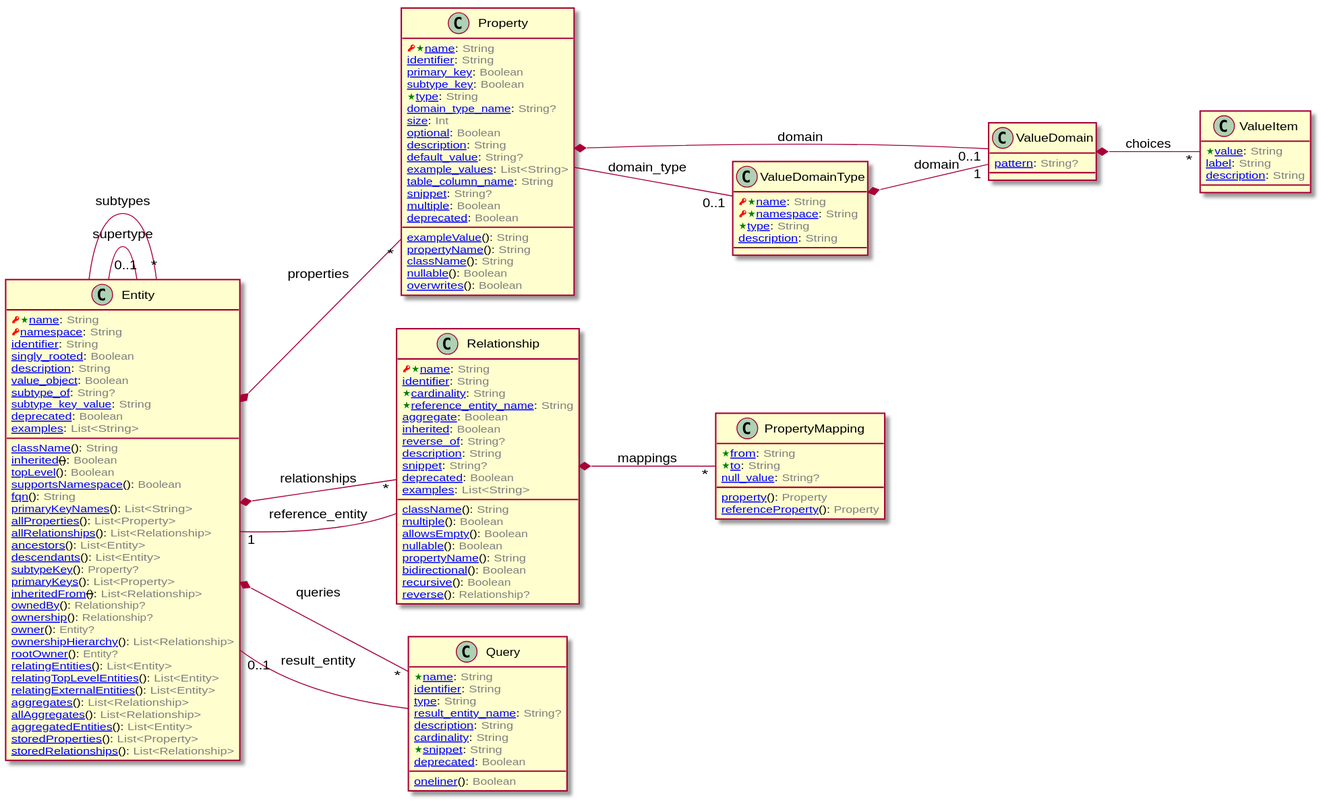
This is doc/image/model-diagram.svg from laplacian-core/metamodel, a PlantUML export, as it was before one commit.
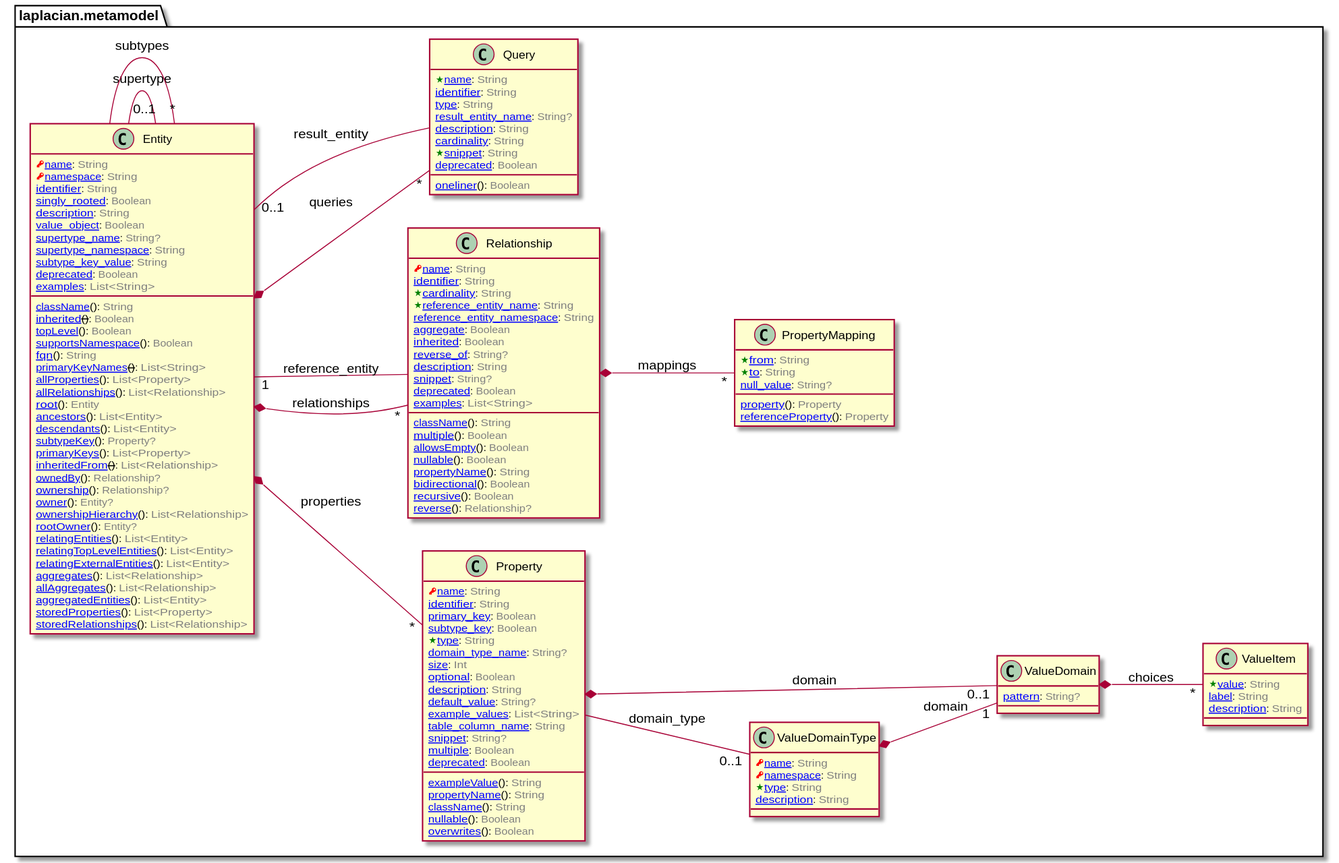
The same file after the commit.

Diff of the diagram source:
```diff
@@ -1,26 +1,27 @@
 @startuml
 left to right direction
 
-
-class Entity [[/blob/master/doc/entities/Entity.md]] {
-  <color:RED><&key></color><color:Green><&star></color>[[/blob/master/doc/entities/Entity.md#name-string name]]: <color:GRAY>String</color>
+class laplacian.metamodel.Entity [[/blob/master/doc/entities/Entity.md]] {
+  <color:RED><&key></color>[[/blob/master/doc/entities/Entity.md#name-string name]]: <color:GRAY>String</color>
   <color:RED><&key></color>[[/blob/master/doc/entities/Entity.md#namespace-string namespace]]: <color:GRAY>String</color>
   [[/blob/master/doc/entities/Entity.md#identifier-string identifier]]: <color:GRAY>String</color>
   [[/blob/master/doc/entities/Entity.md#singly_rooted-boolean singly_rooted]]: <color:GRAY>Boolean</color>
   [[/blob/master/doc/entities/Entity.md#description-string description]]: <color:GRAY>String</color>
   [[/blob/master/doc/entities/Entity.md#value_object-boolean value_object]]: <color:GRAY>Boolean</color>
   [[/blob/master/doc/entities/Entity.md#class_name-string className]](): <color:GRAY>String</color>
-  [[/blob/master/doc/entities/Entity.md#subtype_of-string subtype_of]]: <color:GRAY>String?</color>
+  [[/blob/master/doc/entities/Entity.md#supertype_name-string supertype_name]]: <color:GRAY>String?</color>
+  [[/blob/master/doc/entities/Entity.md#supertype_namespace-string supertype_namespace]]: <color:GRAY>String</color>
   [[/blob/master/doc/entities/Entity.md#subtype_key_value-string subtype_key_value]]: <color:GRAY>String</color>
   <s:RED>[[/blob/master/doc/entities/Entity.md#inherited-boolean inherited]]()</s>: <color:GRAY>Boolean</color>
   [[/blob/master/doc/entities/Entity.md#top_level-boolean topLevel]](): <color:GRAY>Boolean</color>
   [[/blob/master/doc/entities/Entity.md#supports_namespace-boolean supportsNamespace]](): <color:GRAY>Boolean</color>
   [[/blob/master/doc/entities/Entity.md#fqn-string fqn]](): <color:GRAY>String</color>
-  [[/blob/master/doc/entities/Entity.md#primary_key_names-listString primaryKeyNames]](): <color:GRAY>List<String></color>
+  <s:RED>[[/blob/master/doc/entities/Entity.md#primary_key_names-listString primaryKeyNames]]()</s>: <color:GRAY>List<String></color>
   [[/blob/master/doc/entities/Entity.md#deprecated-boolean deprecated]]: <color:GRAY>Boolean</color>
   [[/blob/master/doc/entities/Entity.md#examples-listString examples]]: <color:GRAY>List<String></color>
   [[/blob/master/doc/entities/Entity.md#all_properties-listProperty allProperties]](): <color:GRAY>List<Property></color>
   [[/blob/master/doc/entities/Entity.md#all_relationships-listRelationship allRelationships]](): <color:GRAY>List<Relationship></color>
+  [[/blob/master/doc/entities/Entity.md#root-entity root]](): <color:GRAY>Entity</color>
   [[/blob/master/doc/entities/Entity.md#ancestors-listEntity ancestors]](): <color:GRAY>List<Entity></color>
   [[/blob/master/doc/entities/Entity.md#descendants-listEntity descendants]](): <color:GRAY>List<Entity></color>
   [[/blob/master/doc/entities/Entity.md#subtype_key-property subtypeKey]](): <color:GRAY>Property?</color>
@@ -44,43 +45,32 @@
 
 
 
-
-
-Entity *-- "*" Property : properties
+laplacian.metamodel.Entity *-- "*" laplacian.metamodel.Property : properties
 
 
 
 
-
-
-Entity *-- "*" Relationship : relationships
+laplacian.metamodel.Entity *-- "*" laplacian.metamodel.Relationship : relationships
 
 
 
 
-
-
-Entity -- "0..1" Entity : supertype
+laplacian.metamodel.Entity -- "0..1" laplacian.metamodel.Entity : supertype
 
 
 
 
-
-
-Entity -- "*" Entity : subtypes
+laplacian.metamodel.Entity -- "*" laplacian.metamodel.Entity : subtypes
 
 
 
 
-
-
-Entity *-- "*" Query : queries
+laplacian.metamodel.Entity *-- "*" laplacian.metamodel.Query : queries
 
 
 
-
-class Property [[/blob/master/doc/entities/Property.md]] {
-  <color:RED><&key></color><color:Green><&star></color>[[/blob/master/doc/entities/Property.md#name-string name]]: <color:GRAY>String</color>
+class laplacian.metamodel.Property [[/blob/master/doc/entities/Property.md]] {
+  <color:RED><&key></color>[[/blob/master/doc/entities/Property.md#name-string name]]: <color:GRAY>String</color>
   [[/blob/master/doc/entities/Property.md#identifier-string identifier]]: <color:GRAY>String</color>
   [[/blob/master/doc/entities/Property.md#primary_key-boolean primary_key]]: <color:GRAY>Boolean</color>
   [[/blob/master/doc/entities/Property.md#subtype_key-boolean subtype_key]]: <color:GRAY>Boolean</color>
@@ -105,21 +95,16 @@
 
 
 
-
-
-Property *-- "0..1" ValueDomain : domain
+laplacian.metamodel.Property *-- "0..1" laplacian.metamodel.ValueDomain : domain
 
 
 
 
-
-
-Property -- "0..1" ValueDomainType : domain_type
+laplacian.metamodel.Property -- "0..1" laplacian.metamodel.ValueDomainType : domain_type
 
 
 
-
-class PropertyMapping [[/blob/master/doc/entities/PropertyMapping.md]] {
+class laplacian.metamodel.PropertyMapping [[/blob/master/doc/entities/PropertyMapping.md]] {
   <color:Green><&star></color>[[/blob/master/doc/entities/PropertyMapping.md#from-string from]]: <color:GRAY>String</color>
   <color:Green><&star></color>[[/blob/master/doc/entities/PropertyMapping.md#to-string to]]: <color:GRAY>String</color>
   [[/blob/master/doc/entities/PropertyMapping.md#null_value-string null_value]]: <color:GRAY>String?</color>
@@ -129,8 +114,7 @@
 
 
 
-
-class Query [[/blob/master/doc/entities/Query.md]] {
+class laplacian.metamodel.Query [[/blob/master/doc/entities/Query.md]] {
   <color:Green><&star></color>[[/blob/master/doc/entities/Query.md#name-string name]]: <color:GRAY>String</color>
   [[/blob/master/doc/entities/Query.md#identifier-string identifier]]: <color:GRAY>String</color>
   [[/blob/master/doc/entities/Query.md#type-string type]]: <color:GRAY>String</color>
@@ -145,18 +129,16 @@
 
 
 
-
-
-Query -- "0..1" Entity : result_entity
+laplacian.metamodel.Query -- "0..1" laplacian.metamodel.Entity : result_entity
 
 
 
-
-class Relationship [[/blob/master/doc/entities/Relationship.md]] {
-  <color:RED><&key></color><color:Green><&star></color>[[/blob/master/doc/entities/Relationship.md#name-string name]]: <color:GRAY>String</color>
+class laplacian.metamodel.Relationship [[/blob/master/doc/entities/Relationship.md]] {
+  <color:RED><&key></color>[[/blob/master/doc/entities/Relationship.md#name-string name]]: <color:GRAY>String</color>
   [[/blob/master/doc/entities/Relationship.md#identifier-string identifier]]: <color:GRAY>String</color>
   <color:Green><&star></color>[[/blob/master/doc/entities/Relationship.md#cardinality-string cardinality]]: <color:GRAY>String</color>
   <color:Green><&star></color>[[/blob/master/doc/entities/Relationship.md#reference_entity_name-string reference_entity_name]]: <color:GRAY>String</color>
+  [[/blob/master/doc/entities/Relationship.md#reference_entity_namespace-string reference_entity_namespace]]: <color:GRAY>String</color>
   [[/blob/master/doc/entities/Relationship.md#aggregate-boolean aggregate]]: <color:GRAY>Boolean</color>
   <s:RED>[[/blob/master/doc/entities/Relationship.md#inherited-boolean inherited]]</s>: <color:GRAY>Boolean</color>
   [[/blob/master/doc/entities/Relationship.md#reverse_of-string reverse_of]]: <color:GRAY>String?</color>
@@ -177,37 +159,29 @@
 
 
 
-
-
-Relationship *-- "*" PropertyMapping : mappings
+laplacian.metamodel.Relationship *-- "*" laplacian.metamodel.PropertyMapping : mappings
 
 
 
 
-
-
-Relationship -- "1" Entity : reference_entity
+laplacian.metamodel.Relationship -- "1" laplacian.metamodel.Entity : reference_entity
 
 
 
-
-class ValueDomain [[/blob/master/doc/entities/ValueDomain.md]] {
+class laplacian.metamodel.ValueDomain [[/blob/master/doc/entities/ValueDomain.md]] {
   [[/blob/master/doc/entities/ValueDomain.md#pattern-string pattern]]: <color:GRAY>String?</color>
 }
 
 
 
 
-
-
-ValueDomain *-- "*" ValueItem : choices
+laplacian.metamodel.ValueDomain *-- "*" laplacian.metamodel.ValueItem : choices
 
 
 
-
-class ValueDomainType [[/blob/master/doc/entities/ValueDomainType.md]] {
-  <color:RED><&key></color><color:Green><&star></color>[[/blob/master/doc/entities/ValueDomainType.md#name-string name]]: <color:GRAY>String</color>
-  <color:RED><&key></color><color:Green><&star></color>[[/blob/master/doc/entities/ValueDomainType.md#namespace-string namespace]]: <color:GRAY>String</color>
+class laplacian.metamodel.ValueDomainType [[/blob/master/doc/entities/ValueDomainType.md]] {
+  <color:RED><&key></color>[[/blob/master/doc/entities/ValueDomainType.md#name-string name]]: <color:GRAY>String</color>
+  <color:RED><&key></color>[[/blob/master/doc/entities/ValueDomainType.md#namespace-string namespace]]: <color:GRAY>String</color>
   <color:Green><&star></color>[[/blob/master/doc/entities/ValueDomainType.md#type-string type]]: <color:GRAY>String</color>
   [[/blob/master/doc/entities/ValueDomainType.md#description-string description]]: <color:GRAY>String</color>
 }
@@ -215,14 +189,11 @@
 
 
 
-
-
-ValueDomainType *-- "1" ValueDomain : domain
+laplacian.metamodel.ValueDomainType *-- "1" laplacian.metamodel.ValueDomain : domain
 
 
 
-
-class ValueItem [[/blob/master/doc/entities/ValueItem.md]] {
+class laplacian.metamodel.ValueItem [[/blob/master/doc/entities/ValueItem.md]] {
   <color:Green><&star></color>[[/blob/master/doc/entities/ValueItem.md#value-string value]]: <color:GRAY>String</color>
   [[/blob/master/doc/entities/ValueItem.md#label-string label]]: <color:GRAY>String</color>
   [[/blob/master/doc/entities/ValueItem.md#description-string description]]: <color:GRAY>String</color>
```
